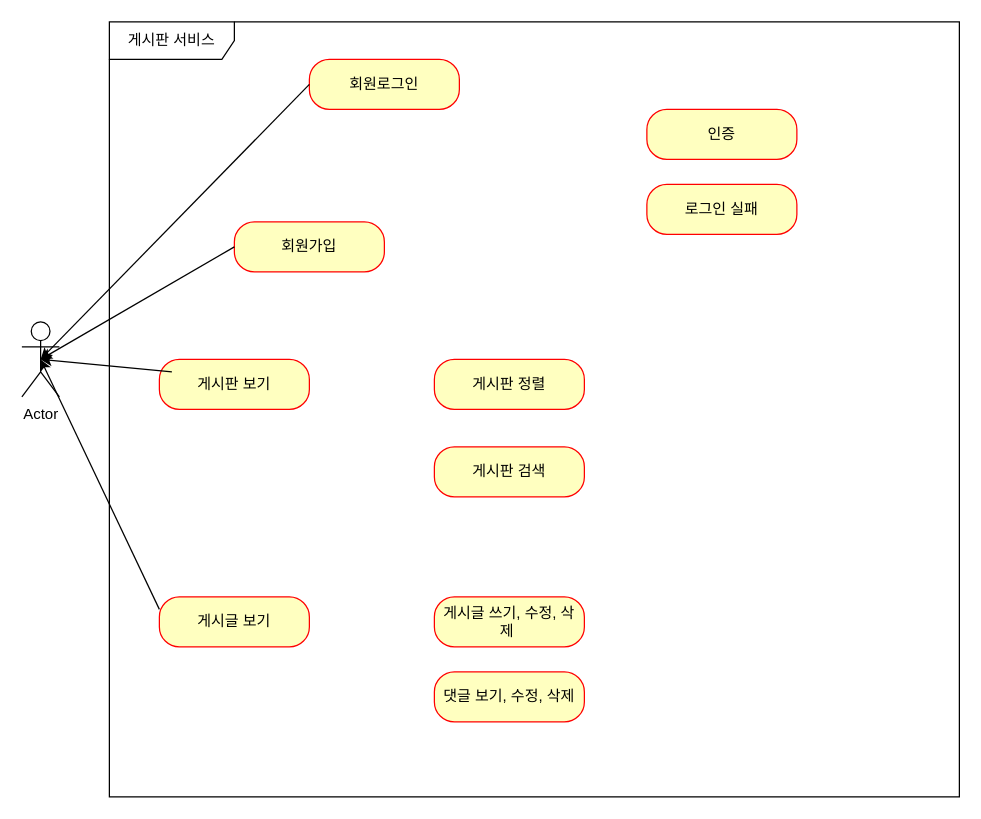
The draw.io diagram document/제목 없는 다이어그램.drawio in wwwkang8/marathon-project-board, before the edit. Source tidied: cells renumbered, new cells numbered last; positions are measured from the earlier drawing's top-left corner, leaving out a move shared by most shapes. Both pictures are drawn from the tidied source at 125%, with x=0, y=0 at pixel (21, 21).
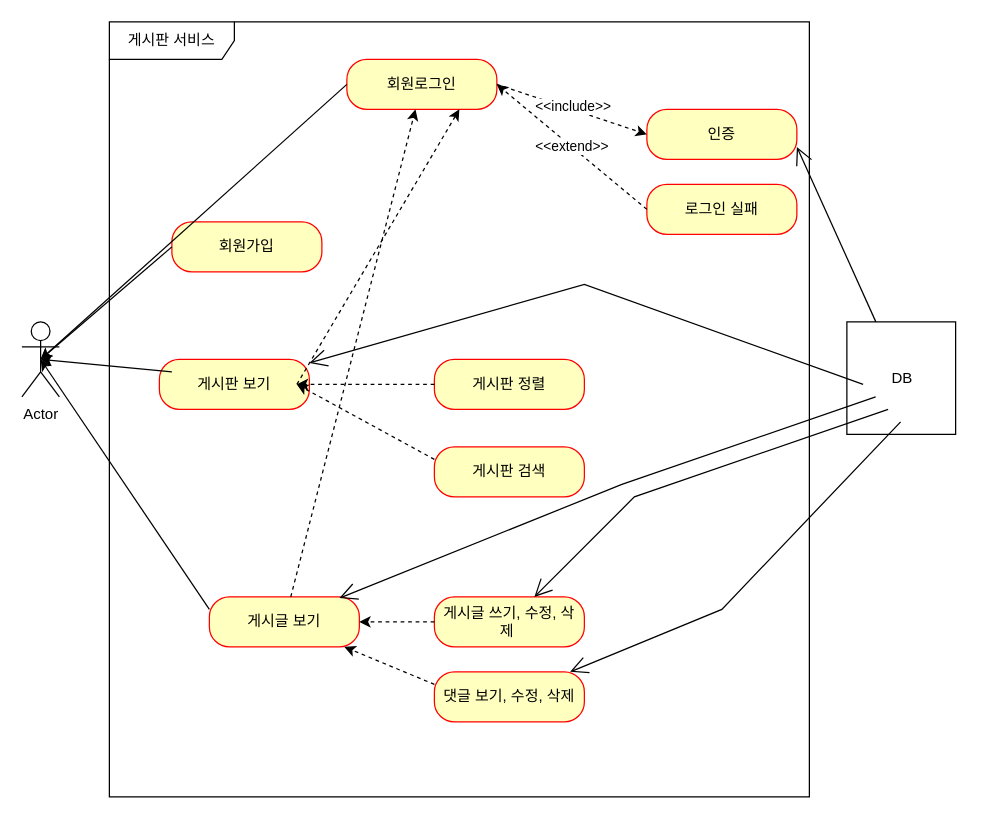
The same diagram, later.

Commit message (it also covers changes not shown here):
제목 없는 다이어그램.drawio 업데이트

The change refers to these unchanged cells:
```xml
<mxCell id="5" value="게시판 보기" style="rounded=1;whiteSpace=wrap;html=1;arcSize=40;fontColor=#000000;fillColor=#ffffc0;strokeColor=#ff0000;" parent="1" vertex="1">
  <mxGeometry x="110" y="270" width="120" height="40" as="geometry" />
</mxCell>
<mxCell id="8" value="인증" style="rounded=1;whiteSpace=wrap;html=1;arcSize=40;fontColor=#000000;fillColor=#ffffc0;strokeColor=#ff0000;" parent="1" vertex="1">
  <mxGeometry x="500" y="70" width="120" height="40" as="geometry" />
</mxCell>
<mxCell id="9" value="로그인 실패" style="rounded=1;whiteSpace=wrap;html=1;arcSize=40;fontColor=#000000;fillColor=#ffffc0;strokeColor=#ff0000;" parent="1" vertex="1">
  <mxGeometry x="500" y="130" width="120" height="40" as="geometry" />
</mxCell>
<mxCell id="10" value="게시판 정렬" style="rounded=1;whiteSpace=wrap;html=1;arcSize=40;fontColor=#000000;fillColor=#ffffc0;strokeColor=#ff0000;" parent="1" vertex="1">
  <mxGeometry x="330" y="270" width="120" height="40" as="geometry" />
</mxCell>
<mxCell id="11" value="게시판 검색" style="rounded=1;whiteSpace=wrap;html=1;arcSize=40;fontColor=#000000;fillColor=#ffffc0;strokeColor=#ff0000;" parent="1" vertex="1">
  <mxGeometry x="330" y="340" width="120" height="40" as="geometry" />
</mxCell>
<mxCell id="12" value="게시글 쓰기, 수정, 삭제&amp;nbsp;" style="rounded=1;whiteSpace=wrap;html=1;arcSize=40;fontColor=#000000;fillColor=#ffffc0;strokeColor=#ff0000;" parent="1" vertex="1">
  <mxGeometry x="330" y="460" width="120" height="40" as="geometry" />
</mxCell>
<mxCell id="13" value="댓글 보기, 수정, 삭제" style="rounded=1;whiteSpace=wrap;html=1;arcSize=40;fontColor=#000000;fillColor=#ffffc0;strokeColor=#ff0000;" parent="1" vertex="1">
  <mxGeometry x="330" y="520" width="120" height="40" as="geometry" />
</mxCell>
```

Diff of the diagram source:
```diff
@@
     <mxCell id="3" value="게시판 서비스" style="shape=umlFrame;whiteSpace=wrap;html=1;width=100;height=30;" parent="1" vertex="1">
-      <mxGeometry x="70" width="680" height="620" as="geometry" />
+      <mxGeometry x="70" width="560" height="620" as="geometry" />
     </mxCell>
     <mxCell id="4" value="회원가입" style="rounded=1;whiteSpace=wrap;html=1;arcSize=40;fontColor=#000000;fillColor=#ffffc0;strokeColor=#ff0000;" parent="1" vertex="1">
-      <mxGeometry x="170" y="160" width="120" height="40" as="geometry" />
+      <mxGeometry x="120" y="160" width="120" height="40" as="geometry" />
     </mxCell>
@@
     <mxCell id="6" value="게시글 보기" style="rounded=1;whiteSpace=wrap;html=1;arcSize=40;fontColor=#000000;fillColor=#ffffc0;strokeColor=#ff0000;" parent="1" vertex="1">
-      <mxGeometry x="110" y="460" width="120" height="40" as="geometry" />
+      <mxGeometry x="150" y="460" width="120" height="40" as="geometry" />
     </mxCell>
     <mxCell id="7" value="회원로그인" style="rounded=1;whiteSpace=wrap;html=1;arcSize=40;fontColor=#000000;fillColor=#ffffc0;strokeColor=#ff0000;" parent="1" vertex="1">
-      <mxGeometry x="230" y="30" width="120" height="40" as="geometry" />
+      <mxGeometry x="260" y="30" width="120" height="40" as="geometry" />
     </mxCell>
@@
+    <mxCell id="18" value="&amp;lt;&amp;lt;extend&amp;gt;&amp;gt;" style="endArrow=classic;html=1;rounded=0;strokeColor=default;dashed=1;exitX=0;exitY=0.5;exitDx=0;exitDy=0;entryX=1;entryY=0.5;entryDx=0;entryDy=0;" parent="1" edge="1" source="9" target="7">
+      <mxGeometry relative="1" as="geometry" />
+    </mxCell>
+    <mxCell id="19" style="endArrow=classic;html=1;rounded=0;dashed=1;strokeColor=default;entryX=0;entryY=0.5;entryDx=0;entryDy=0;exitX=1;exitY=0.5;exitDx=0;exitDy=0;" parent="1" edge="1" source="7" target="8">
+      <mxGeometry relative="1" as="geometry" />
+    </mxCell>
+    <mxCell id="20" value="&amp;lt;&amp;lt;include&amp;gt;&amp;gt;" style="edgeLabel;html=1;align=center;verticalAlign=middle;" parent="19" vertex="1">
+      <mxGeometry x="-0.01" y="3" relative="1" as="geometry" />
+    </mxCell>
+    <mxCell id="21" style="endArrow=classic;html=1;rounded=0;dashed=1;strokeColor=default;" parent="1" edge="1" source="6" target="7">
+      <mxGeometry relative="1" as="geometry" />
+    </mxCell>
+    <mxCell id="22" style="endArrow=classic;html=1;rounded=0;dashed=1;strokeColor=default;entryX=0.75;entryY=1;entryDx=0;entryDy=0;" parent="1" edge="1" target="7">
+      <mxGeometry relative="1" as="geometry">
+        <mxPoint x="220" y="290" as="sourcePoint" />
+      </mxGeometry>
+    </mxCell>
+    <mxCell id="23" style="endArrow=classic;html=1;rounded=0;dashed=1;strokeColor=default;" parent="1" edge="1" source="10">
+      <mxGeometry relative="1" as="geometry">
+        <mxPoint x="220" y="290" as="targetPoint" />
+      </mxGeometry>
+    </mxCell>
+    <mxCell id="24" style="endArrow=classic;html=1;rounded=0;dashed=1;strokeColor=default;exitX=0;exitY=0.25;exitDx=0;exitDy=0;" parent="1" edge="1" source="11">
+      <mxGeometry relative="1" as="geometry">
+        <mxPoint x="220" y="290" as="targetPoint" />
+      </mxGeometry>
+    </mxCell>
+    <mxCell id="25" style="endArrow=classic;html=1;rounded=0;dashed=1;strokeColor=default;entryX=1;entryY=0.5;entryDx=0;entryDy=0;" parent="1" edge="1" source="12" target="6">
+      <mxGeometry relative="1" as="geometry" />
+    </mxCell>
+    <mxCell id="26" style="endArrow=classic;html=1;rounded=0;dashed=1;strokeColor=default;exitX=0;exitY=0.25;exitDx=0;exitDy=0;" parent="1" edge="1" source="13" target="6">
+      <mxGeometry relative="1" as="geometry" />
+    </mxCell>
+    <mxCell id="27" value="DB" style="html=1;" parent="1" vertex="1">
+      <mxGeometry x="660" y="240" width="87" height="90" as="geometry" />
+    </mxCell>
+    <mxCell id="28" style="endArrow=open;endFill=1;endSize=12;html=1;rounded=0;strokeColor=default;entryX=1;entryY=0.75;entryDx=0;entryDy=0;" parent="1" edge="1" source="27" target="8">
+      <mxGeometry relative="1" as="geometry" />
+    </mxCell>
+    <mxCell id="29" style="endArrow=open;endFill=1;endSize=12;html=1;rounded=0;strokeColor=default;" parent="1" edge="1" target="5">
+      <mxGeometry relative="1" as="geometry">
+        <mxPoint x="673" y="290" as="sourcePoint" />
+        <Array as="points">
+          <mxPoint x="450" y="210" />
+        </Array>
+      </mxGeometry>
+    </mxCell>
+    <mxCell id="30" style="endArrow=open;endFill=1;endSize=12;html=1;rounded=0;strokeColor=default;entryX=0.867;entryY=0.025;entryDx=0;entryDy=0;entryPerimeter=0;" parent="1" edge="1" target="6">
+      <mxGeometry relative="1" as="geometry">
+        <mxPoint x="683" y="300" as="sourcePoint" />
+        <Array as="points">
+          <mxPoint x="480" y="370" />
+        </Array>
+      </mxGeometry>
+    </mxCell>
+    <mxCell id="31" style="endArrow=open;endFill=1;endSize=12;html=1;rounded=0;strokeColor=default;" parent="1" edge="1" target="12">
+      <mxGeometry relative="1" as="geometry">
+        <mxPoint x="693" y="310" as="sourcePoint" />
+        <Array as="points">
+          <mxPoint x="490" y="380" />
+        </Array>
+      </mxGeometry>
+    </mxCell>
+    <mxCell id="32" style="endArrow=open;endFill=1;endSize=12;html=1;rounded=0;strokeColor=default;" parent="1" edge="1" target="13">
+      <mxGeometry relative="1" as="geometry">
+        <mxPoint x="703" y="320" as="sourcePoint" />
+        <Array as="points">
+          <mxPoint x="560" y="470" />
+        </Array>
+      </mxGeometry>
+    </mxCell>
```
